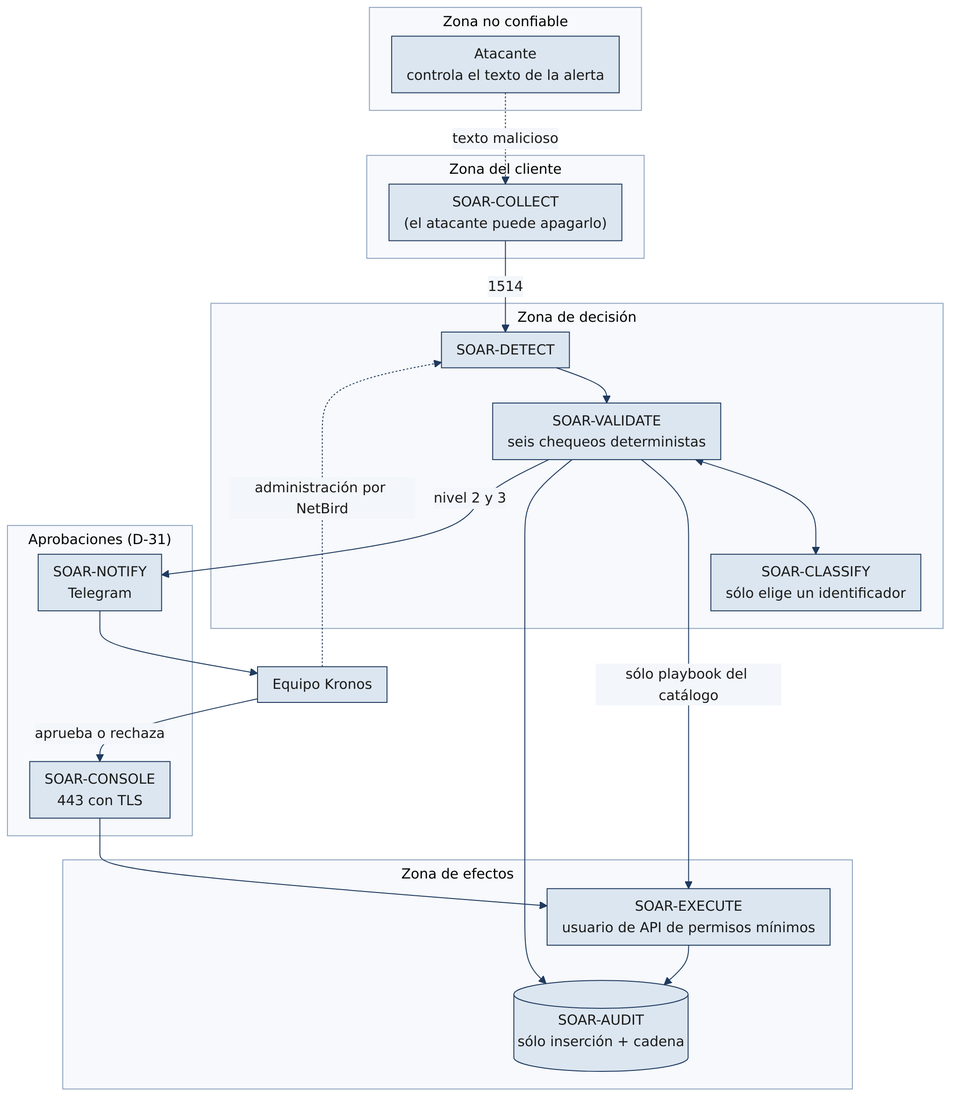
Above: docs/diagramas/17_zonas_confianza.png in soaria186/kronos-ai (Mermaid), before the change. Its source is kept beside it as docs/diagramas/17_zonas_confianza.mmd.
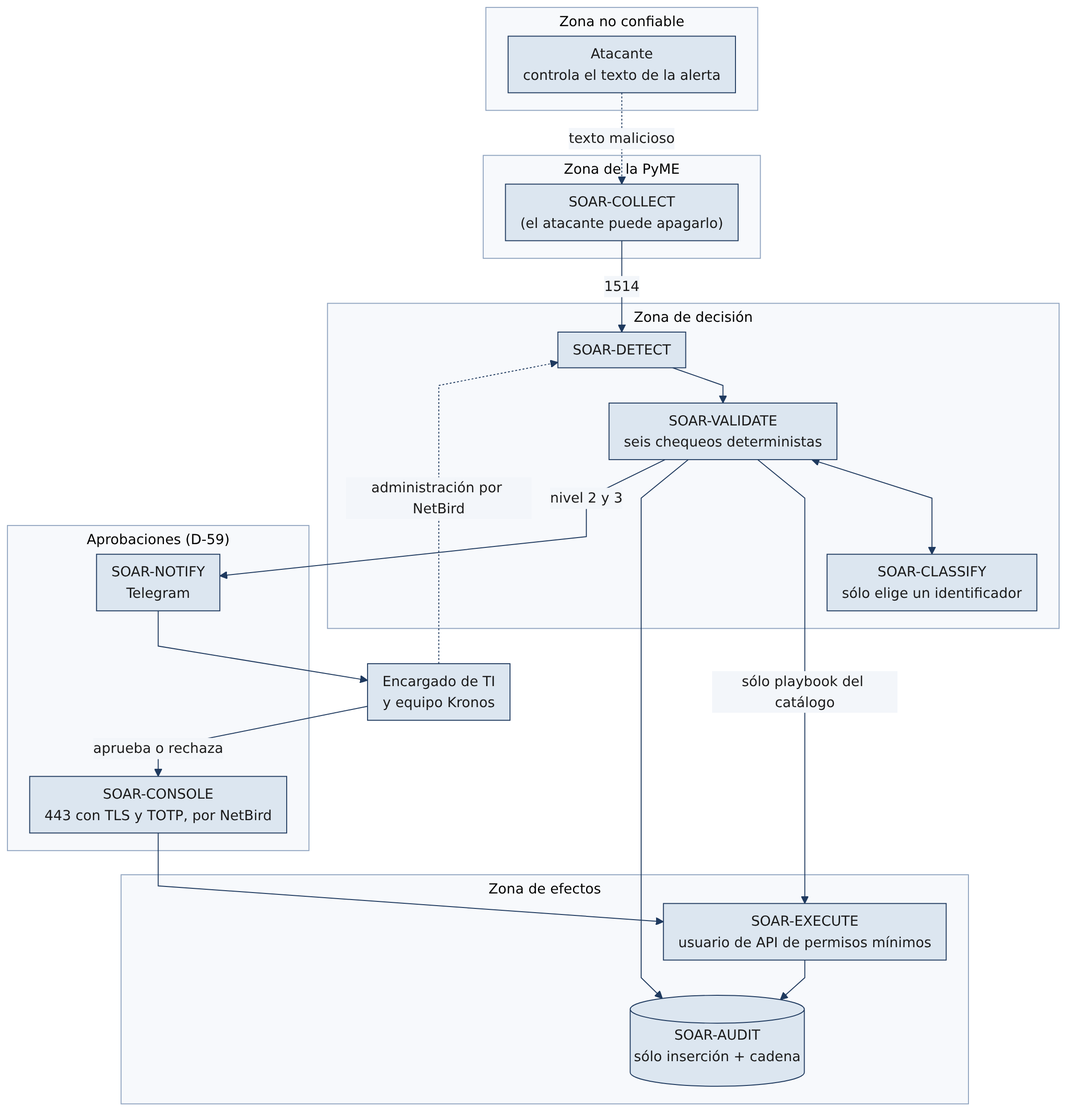
After the change.

What changed in the source:
```diff
@@ -2,7 +2,7 @@
     subgraph Z0["Zona no confiable"]
         ATK["Atacante<br/>controla el texto de la alerta"]
     end
-    subgraph Z1["Zona del cliente"]
+    subgraph Z1["Zona de la PyME"]
         AGT["SOAR-COLLECT<br/>(el atacante puede apagarlo)"]
     end
     subgraph Z2["Zona de decisión"]
@@ -14,11 +14,11 @@
         EXE2["SOAR-EXECUTE<br/>usuario de API de permisos mínimos"]
         AUD2[("SOAR-AUDIT<br/>sólo inserción + cadena")]
     end
-    subgraph Z4["Aprobaciones (D-31)"]
+    subgraph Z4["Aprobaciones (D-59)"]
         NOT2["SOAR-NOTIFY<br/>Telegram"]
-        CON2["SOAR-CONSOLE<br/>443 con TLS"]
+        CON2["SOAR-CONSOLE<br/>443 con TLS y TOTP, por NetBird"]
     end
-    ADM["Equipo Kronos"]
+    ADM["Encargado de TI<br/>y equipo Kronos"]
     ATK -. "texto malicioso" .-> AGT
     AGT -- "1514" --> DET2
     DET2 --> VAL2
```
